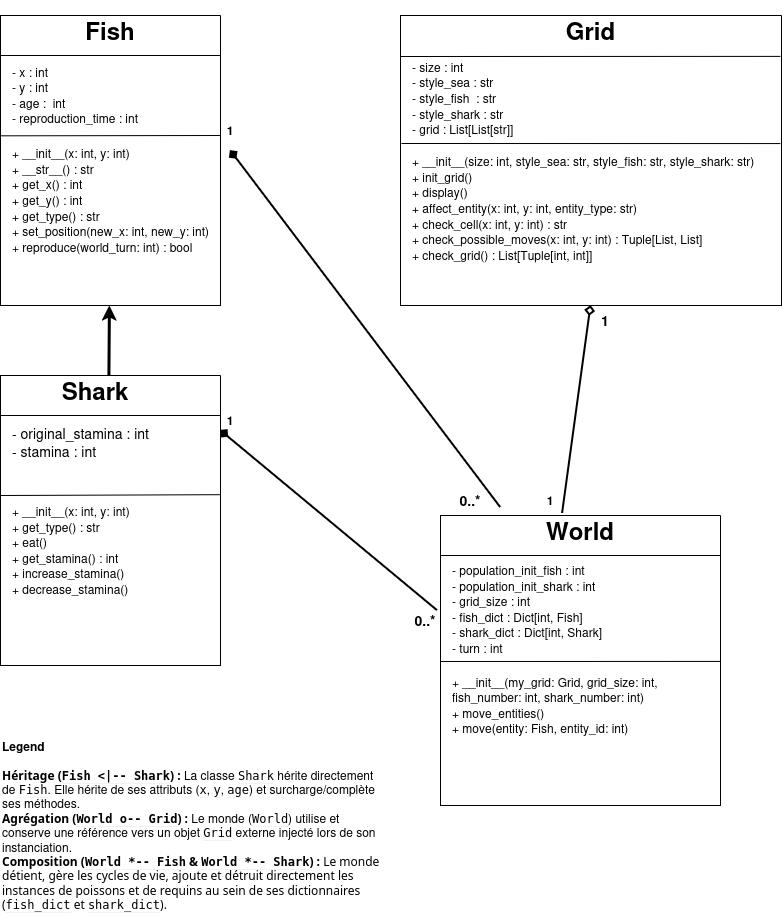
Above: presentation/Wa-Tor.drawio.png in JocelyneMinard/Wa-Tor (draw.io), before the change. Source tidied: cells renumbered, new cells last; positions are measured from the earlier drawing's top-left corner, leaving out a move shared by most shapes.
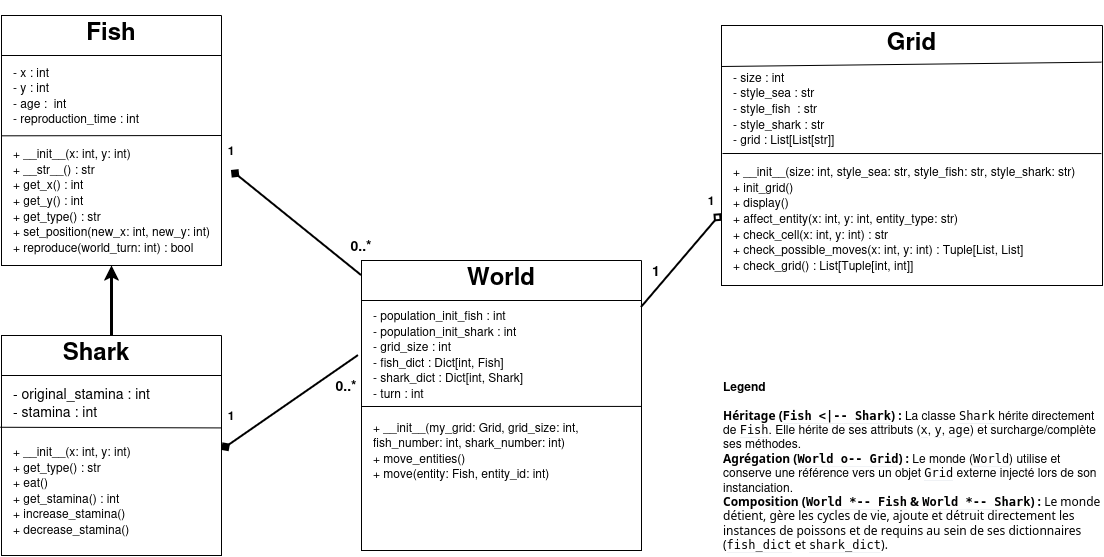
The same diagram one commit later.

Commit message:
correct uml

The edit, as a diff of the source:
```diff
@@ -3,7 +3,7 @@
     <mxCell id="0" />
     <mxCell id="1" parent="0" />
     <mxCell id="2" style="swimlane;startSize=0;" parent="1" vertex="1">
-      <mxGeometry x="440" y="500" width="280" height="290" as="geometry" />
+      <mxGeometry x="360" y="225" width="280" height="290" as="geometry" />
     </mxCell>
     <mxCell id="3" value="&lt;h1&gt;World&lt;/h1&gt;" style="text;html=1;whiteSpace=wrap;strokeColor=none;fillColor=none;align=center;verticalAlign=middle;rounded=0;" parent="2" vertex="1">
       <mxGeometry width="280" height="30" as="geometry" />
@@ -30,7 +30,7 @@
       <mxGeometry x="10" y="155" width="270" height="70" as="geometry" />
     </mxCell>
     <mxCell id="8" style="swimlane;startSize=0;" parent="1" vertex="1">
-      <mxGeometry x="400" width="381" height="290" as="geometry" />
+      <mxGeometry x="720" y="-10" width="381" height="260" as="geometry" />
     </mxCell>
     <mxCell id="9" value="&lt;h1&gt;Grid&lt;/h1&gt;" style="text;html=1;whiteSpace=wrap;strokeColor=none;fillColor=none;align=center;verticalAlign=middle;rounded=0;" parent="8" vertex="1">
       <mxGeometry width="381" height="30" as="geometry" />
@@ -53,7 +53,7 @@
       </mxGeometry>
     </mxCell>
     <mxCell id="14" style="swimlane;startSize=0;" parent="1" vertex="1">
-      <mxGeometry width="220" height="290" as="geometry" />
+      <mxGeometry y="-20" width="220" height="250" as="geometry" />
     </mxCell>
     <mxCell id="15" value="&lt;h1&gt;Fish&lt;/h1&gt;" style="text;html=1;whiteSpace=wrap;strokeColor=none;fillColor=none;align=center;verticalAlign=middle;rounded=0;" parent="14" vertex="1">
       <mxGeometry width="220" height="30" as="geometry" />
@@ -79,21 +79,16 @@
       </mxGeometry>
     </mxCell>
     <mxCell id="20" style="swimlane;startSize=0;" parent="1" vertex="1">
-      <mxGeometry y="360" width="220" height="290" as="geometry" />
+      <mxGeometry y="300" width="220" height="220" as="geometry" />
     </mxCell>
     <mxCell id="21" value="&lt;h1&gt;Shark&lt;/h1&gt;" style="text;html=1;whiteSpace=wrap;strokeColor=none;fillColor=none;align=center;verticalAlign=middle;rounded=0;" parent="20" vertex="1">
       <mxGeometry x="65" width="60" height="30" as="geometry" />
     </mxCell>
-    <mxCell id="22" style="endArrow=none;html=1;rounded=0;exitX=0.997;exitY=0.411;exitDx=0;exitDy=0;exitPerimeter=0;" parent="20" edge="1" source="20">
-      <mxGeometry relative="1" as="geometry">
-        <mxPoint y="120" as="targetPoint" />
-      </mxGeometry>
-    </mxCell>
     <mxCell id="23" value="&lt;div style=&quot;line-height: 130%;&quot;&gt;&lt;div align=&quot;left&quot;&gt;&lt;font style=&quot;font-size: 14px; line-height: 130%;&quot;&gt;- original_stamina : int&lt;br&gt;- stamina : int&lt;/font&gt;&lt;/div&gt;&lt;/div&gt;" style="text;html=1;whiteSpace=wrap;strokeColor=none;fillColor=none;align=left;verticalAlign=middle;rounded=0;" parent="20" vertex="1">
       <mxGeometry x="10" y="47" width="191" height="40" as="geometry" />
     </mxCell>
     <mxCell id="24" value="&lt;div align=&quot;left&quot; style=&quot;line-height: 130%;&quot;&gt;+ __init__(x: int, y: int)&lt;br&gt;+ get_type() : str&lt;br&gt;+ eat()&lt;br&gt;+ get_stamina() : int&lt;br&gt;+ increase_stamina()&lt;br&gt;&lt;div&gt;+ decrease_stamina()&lt;/div&gt;&lt;/div&gt;" style="text;html=1;whiteSpace=wrap;strokeColor=none;fillColor=none;align=left;verticalAlign=middle;rounded=0;" parent="20" vertex="1">
-      <mxGeometry x="10" y="130" width="191" height="90" as="geometry" />
+      <mxGeometry x="10" y="110" width="191" height="90" as="geometry" />
     </mxCell>
     <mxCell id="25" style="endArrow=none;html=1;rounded=0;entryX=-0.005;entryY=0.207;entryDx=0;entryDy=0;entryPerimeter=0;" parent="20" edge="1">
       <mxGeometry x="0.17" relative="1" as="geometry">
@@ -104,25 +99,22 @@
         </Array>
       </mxGeometry>
     </mxCell>
-    <mxCell id="26" style="endArrow=classic;html=1;rounded=0;strokeWidth=3;exitX=0.559;exitY=-0.002;exitDx=0;exitDy=0;exitPerimeter=0;" parent="1" edge="1" target="14">
-      <mxGeometry relative="1" as="geometry">
-        <mxPoint x="108.4" y="360" as="sourcePoint" />
-      </mxGeometry>
+    <mxCell id="26" style="endArrow=classic;html=1;rounded=0;strokeWidth=3;exitX=0.75;exitY=0;exitDx=0;exitDy=0;" parent="1" edge="1" source="21" target="14">
+      <mxGeometry relative="1" as="geometry" />
     </mxCell>
-    <mxCell id="27" style="endArrow=none;html=1;rounded=0;entryX=0.436;entryY=-0.067;entryDx=0;entryDy=0;entryPerimeter=0;exitX=0.5;exitY=1;exitDx=0;exitDy=0;strokeWidth=2;endFill=0;startArrow=diamond;startFill=0;" parent="1" edge="1" source="8" target="3">
+    <mxCell id="27" style="endArrow=none;html=1;rounded=0;entryX=1;entryY=0;entryDx=0;entryDy=0;exitX=0;exitY=0.724;exitDx=0;exitDy=0;strokeWidth=2;endFill=0;startArrow=diamond;startFill=0;exitPerimeter=0;" parent="1" edge="1" source="8" target="6">
       <mxGeometry relative="1" as="geometry" />
     </mxCell>
     <mxCell id="28" value="&lt;b&gt;1&lt;/b&gt;" style="text;html=1;whiteSpace=wrap;strokeColor=none;fillColor=none;align=center;verticalAlign=middle;rounded=0;" parent="1" vertex="1">
-      <mxGeometry x="540" y="470" width="20" height="30" as="geometry" />
+      <mxGeometry x="700" y="150" width="20" height="30" as="geometry" />
     </mxCell>
-    <mxCell id="29" style="endArrow=diamond;html=1;rounded=0;entryX=1;entryY=0.5;entryDx=0;entryDy=0;exitX=0.179;exitY=0.067;exitDx=0;exitDy=0;exitPerimeter=0;strokeWidth=2;startArrow=none;startFill=0;endFill=1;" parent="1" edge="1">
+    <mxCell id="29" style="endArrow=diamond;html=1;rounded=0;entryX=1;entryY=0.5;entryDx=0;entryDy=0;exitX=0;exitY=0.5;exitDx=0;exitDy=0;strokeWidth=2;startArrow=none;startFill=0;endFill=1;" parent="1" edge="1" source="3">
       <mxGeometry relative="1" as="geometry">
-        <mxPoint x="500.1" y="492" as="sourcePoint" />
         <mxPoint x="230" y="135" as="targetPoint" />
       </mxGeometry>
     </mxCell>
     <mxCell id="30" value="&lt;b&gt;&lt;font style=&quot;font-size: 14px;&quot;&gt;0..*&lt;/font&gt;&lt;/b&gt;" style="text;html=1;whiteSpace=wrap;strokeColor=none;fillColor=none;align=center;verticalAlign=middle;rounded=0;" parent="1" vertex="1">
-      <mxGeometry x="440" y="470" width="60" height="30" as="geometry" />
+      <mxGeometry x="340" y="195" width="40" height="30" as="geometry" />
     </mxCell>
     <mxCell id="31" style="endArrow=diamond;html=1;rounded=0;entryX=1;entryY=0.5;entryDx=0;entryDy=0;exitX=-0.011;exitY=0.328;exitDx=0;exitDy=0;exitPerimeter=0;strokeWidth=2;endFill=1;" parent="1" edge="1" source="2">
       <mxGeometry relative="1" as="geometry">
@@ -130,19 +122,25 @@
       </mxGeometry>
     </mxCell>
     <mxCell id="32" value="&lt;b&gt;&lt;font style=&quot;font-size: 14px;&quot;&gt;0..*&lt;/font&gt;&lt;/b&gt;" style="text;html=1;whiteSpace=wrap;strokeColor=none;fillColor=none;align=center;verticalAlign=middle;rounded=0;" parent="1" vertex="1">
-      <mxGeometry x="410" y="590" width="30" height="30" as="geometry" />
+      <mxGeometry x="330" y="335" width="30" height="30" as="geometry" />
     </mxCell>
     <mxCell id="33" value="&lt;div align=&quot;left&quot;&gt;&lt;font&gt;&lt;b&gt;Legend&lt;br&gt;&lt;br&gt;&lt;/b&gt;&lt;/font&gt;&lt;/div&gt;&lt;div align=&quot;left&quot;&gt;&lt;font&gt;&lt;strong class=&quot;rQesXe MPyX&quot; style=&quot;font-family: Google Sans, sans-serif; font-weight: 700; margin: 0px; text-decoration: none; border-bottom: 0px rgb(10, 10, 10);&quot;&gt;Héritage (&lt;code dir=&quot;ltr&quot; class=&quot;KDcb0c&quot; style=&quot;font-family: monospace; font-weight: 700; margin: 0px; text-decoration: none; border-bottom: 1px solid rgb(240, 242, 245);&quot;&gt;Fish &amp;lt;|-- Shark&lt;/code&gt;) :&lt;/strong&gt; La classe &lt;code dir=&quot;ltr&quot; class=&quot;KDcb0c&quot; style=&quot;font-family: monospace; font-weight: 400; margin: 0px; text-decoration: none; border-bottom: 1px solid rgb(240, 242, 245);&quot;&gt;Shark&lt;/code&gt; hérite directement de &lt;code dir=&quot;ltr&quot; class=&quot;KDcb0c&quot; style=&quot;font-family: monospace; font-weight: 400; margin: 0px; text-decoration: none; border-bottom: 1px solid rgb(240, 242, 245);&quot;&gt;Fish&lt;/code&gt;. Elle hérite de ses attributs (&lt;code dir=&quot;ltr&quot; class=&quot;KDcb0c&quot; style=&quot;font-family: monospace; font-weight: 400; margin: 0px; text-decoration: none; border-bottom: 1px solid rgb(240, 242, 245);&quot;&gt;x&lt;/code&gt;, &lt;code dir=&quot;ltr&quot; class=&quot;KDcb0c&quot; style=&quot;font-family: monospace; font-weight: 400; margin: 0px; text-decoration: none; border-bottom: 1px solid rgb(240, 242, 245);&quot;&gt;y&lt;/code&gt;, &lt;code dir=&quot;ltr&quot; class=&quot;KDcb0c&quot; style=&quot;font-family: monospace; font-weight: 400; margin: 0px; text-decoration: none; border-bottom: 1px solid rgb(240, 242, 245);&quot;&gt;age&lt;/code&gt;) et surcharge/complète ses méthodes.&lt;/font&gt;&lt;/div&gt;&lt;div align=&quot;left&quot;&gt;&lt;font&gt;&lt;strong class=&quot;rQesXe MPyX&quot; style=&quot;font-family: Google Sans, sans-serif; font-weight: 700; margin: 0px; text-decoration: none; border-bottom: 0px rgb(10, 10, 10);&quot;&gt;Agrégation (&lt;code dir=&quot;ltr&quot; class=&quot;KDcb0c&quot; style=&quot;font-family: monospace; font-weight: 700; margin: 0px; text-decoration: none; border-bottom: 1px solid rgb(240, 242, 245);&quot;&gt;World o-- Grid&lt;/code&gt;) :&lt;/strong&gt; Le monde (&lt;code dir=&quot;ltr&quot; class=&quot;KDcb0c&quot; style=&quot;font-family: monospace; font-weight: 400; margin: 0px; text-decoration: none; border-bottom: 1px solid rgb(240, 242, 245);&quot;&gt;World&lt;/code&gt;) utilise et conserve une référence vers un objet &lt;code dir=&quot;ltr&quot; class=&quot;KDcb0c&quot; style=&quot;font-family: monospace; font-weight: 400; margin: 0px; text-decoration: none; border-bottom: 1px solid rgb(240, 242, 245);&quot;&gt;Grid&lt;/code&gt; externe injecté lors de son instanciation.&lt;/font&gt;&lt;/div&gt;&lt;div align=&quot;left&quot;&gt;&lt;font&gt;&lt;span class=&quot;iNqyIf&quot; style=&quot;font-family: Google Sans, sans-serif; font-weight: 400; margin: 0px; text-decoration: none; border-bottom: 0px rgb(10, 10, 10);&quot;&gt;&lt;strong class=&quot;rQesXe MPyX&quot; style=&quot;font-family: Google Sans, sans-serif; font-weight: 700; margin: 0px; text-decoration: none; border-bottom: 0px rgb(10, 10, 10);&quot;&gt;Composition (&lt;code dir=&quot;ltr&quot; class=&quot;KDcb0c&quot; style=&quot;font-family: monospace; font-weight: 700; margin: 0px; text-decoration: none; border-bottom: 1px solid rgb(240, 242, 245);&quot;&gt;World *-- Fish&lt;/code&gt; &amp;amp; &lt;code dir=&quot;ltr&quot; class=&quot;KDcb0c&quot; style=&quot;font-family: monospace; font-weight: 700; margin: 0px; text-decoration: none; border-bottom: 1px solid rgb(240, 242, 245);&quot;&gt;World *-- Shark&lt;/code&gt;) :&lt;/strong&gt;&lt;span class=&quot;iNqyIf&quot; style=&quot;font-family: Google Sans, sans-serif; font-weight: 400; margin: 0px; text-decoration: none; border-bottom: 0px rgb(10, 10, 10);&quot;&gt; Le monde détient, gère les cycles de vie, ajoute et détruit directement les instances de &lt;span style=&quot;font-family: Google Sans, sans-serif; font-weight: 400; margin: 0px; text-decoration: none; border-bottom: 0px rgb(10, 10, 10);&quot;&gt;&lt;span style=&quot;font-family: Google Sans, sans-serif; font-weight: 400; margin: 0px; text-decoration: none; border-bottom: 0px rgb(10, 10, 10);&quot;&gt;poissons&lt;/span&gt;&lt;/span&gt;&lt;span class=&quot;iNqyIf&quot; style=&quot;font-family: Google Sans, sans-serif; font-weight: 400; margin: 0px; text-decoration: none; border-bottom: 0px rgb(10, 10, 10);&quot;&gt; et de &lt;span style=&quot;font-family: Google Sans, sans-serif; font-weight: 400; margin: 0px; text-decoration: none; border-bottom: 0px rgb(10, 10, 10);&quot;&gt;&lt;span style=&quot;font-family: Google Sans, sans-serif; font-weight: 400; margin: 0px; text-decoration: none; border-bottom: 0px rgb(10, 10, 10);&quot;&gt;requins&lt;/span&gt;&lt;/span&gt; au sein de ses dictionnaires (&lt;/span&gt;&lt;/span&gt;&lt;code dir=&quot;ltr&quot; class=&quot;KDcb0c&quot; style=&quot;font-family: monospace; font-weight: 400; margin: 0px; text-decoration: none; border-bottom: 1px solid rgb(240, 242, 245);&quot;&gt;fish_dict&lt;/code&gt; et &lt;code dir=&quot;ltr&quot; class=&quot;KDcb0c&quot; style=&quot;font-family: monospace; font-weight: 400; margin: 0px; text-decoration: none; border-bottom: 1px solid rgb(240, 242, 245);&quot;&gt;shark_dict&lt;/code&gt;).&lt;/span&gt;&lt;/font&gt;&lt;span&gt;&lt;/span&gt;&lt;/div&gt;" style="text;html=1;whiteSpace=wrap;strokeColor=none;fillColor=none;align=left;verticalAlign=middle;rounded=0;" parent="1" vertex="1">
-      <mxGeometry y="720" width="381" height="180" as="geometry" />
+      <mxGeometry x="719.5" y="340" width="381" height="180" as="geometry" />
     </mxCell>
     <mxCell id="34" value="&lt;b&gt;1&lt;/b&gt;" style="text;html=1;whiteSpace=wrap;strokeColor=none;fillColor=none;align=center;verticalAlign=middle;rounded=0;" parent="1" vertex="1">
       <mxGeometry x="220" y="100" width="20" height="30" as="geometry" />
     </mxCell>
     <mxCell id="35" value="&lt;b&gt;1&lt;/b&gt;" style="text;html=1;whiteSpace=wrap;strokeColor=none;fillColor=none;align=center;verticalAlign=middle;rounded=0;" parent="1" vertex="1">
-      <mxGeometry x="220" y="390" width="20" height="30" as="geometry" />
+      <mxGeometry x="220" y="365" width="20" height="30" as="geometry" />
     </mxCell>
     <mxCell id="36" value="&lt;font style=&quot;font-size: 14px;&quot;&gt;&lt;b&gt;1&lt;/b&gt;&lt;/font&gt;" style="text;html=1;whiteSpace=wrap;strokeColor=none;fillColor=none;align=center;verticalAlign=middle;rounded=0;" parent="1" vertex="1">
-      <mxGeometry x="590" y="290" width="30" height="30" as="geometry" />
+      <mxGeometry x="640" y="220" width="30" height="30" as="geometry" />
     </mxCell>
+    <mxCell id="22" style="endArrow=none;html=1;rounded=0;exitX=0.997;exitY=0.411;exitDx=0;exitDy=0;exitPerimeter=0;entryX=-0.005;entryY=0.408;entryDx=0;entryDy=0;entryPerimeter=0;" parent="1" edge="1">
+      <mxGeometry relative="1" as="geometry">
+        <mxPoint x="219.3" y="392.4" as="sourcePoint" />
+        <mxPoint x="-1.1" y="391.8" as="targetPoint" />
+      </mxGeometry>
+    </mxCell>
   </root>
 </mxGraphModel>
```
